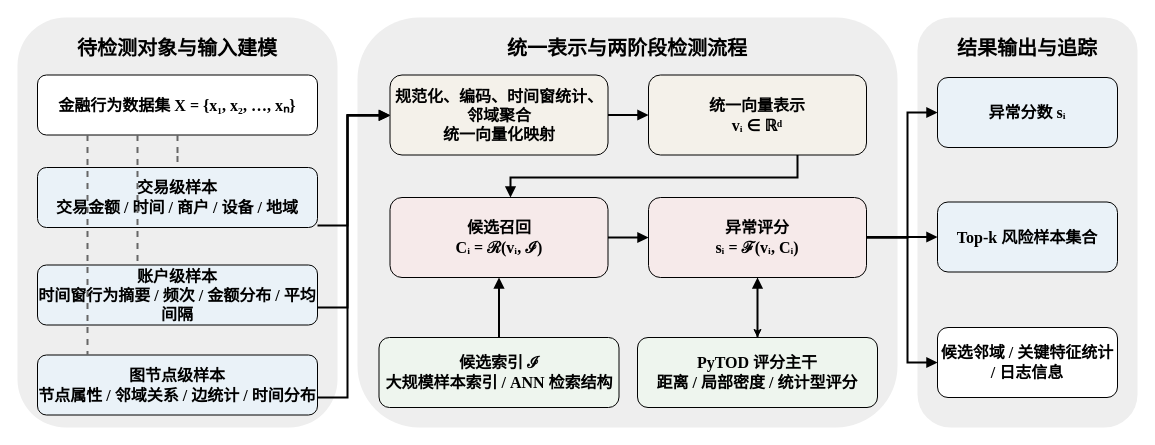
Earlier version of the draw.io diagram figures/fig3-1_financial_anomaly_task_model.drawio (HuangEven/latex-template). Source tidied: cells renumbered, new cells numbered last; positions are measured from the earlier drawing's top-left corner, leaving out a move shared by most shapes. Both pictures are drawn from the tidied source at 100%, with x=0, y=0 at pixel (17, 17).
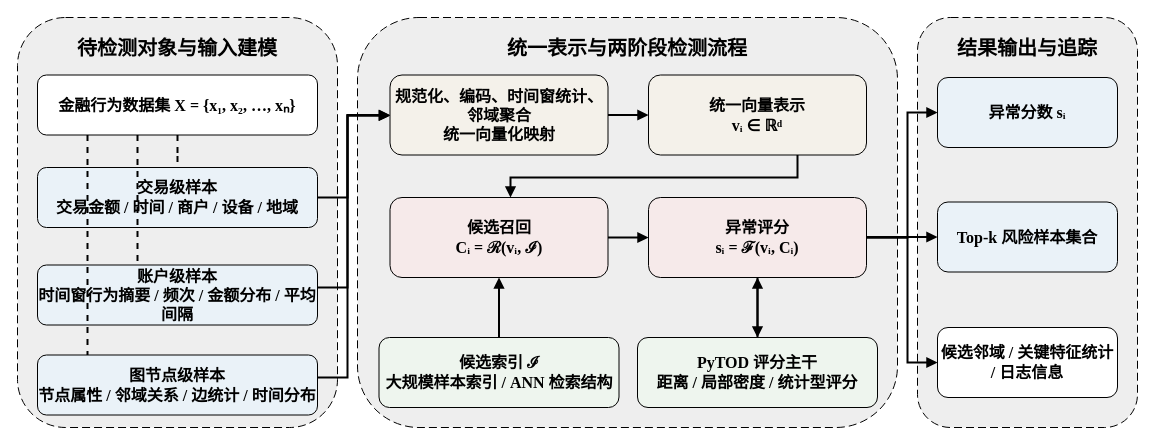
After the change.

The change refers to these unchanged cells:
```xml
<mxCell id="5" value="金融行为数据集 X = {x₁, x₂, …, xₙ}" style="rounded=1;whiteSpace=wrap;html=1;fontSize=16;fontStyle=1;fontFamily=Times New Roman;align=center;verticalAlign=middle;strokeWidth=1;rotation=0;" parent="1" vertex="1">
  <mxGeometry x="20" y="57.5" width="280" height="60" as="geometry" />
</mxCell>
<mxCell id="6" value="交易级样本&lt;br&gt;交易金额 / 时间 / 商户 / 设备 / 地域" style="rounded=1;whiteSpace=wrap;html=1;fontSize=16;fontFamily=Times New Roman;align=center;verticalAlign=middle;strokeWidth=1;fillColor=#EAF2F8;strokeColor=#000000;fontStyle=1;rotation=0;" parent="1" vertex="1">
  <mxGeometry x="20" y="150" width="280" height="60" as="geometry" />
</mxCell>
<mxCell id="7" value="账户级样本&lt;br&gt;时间窗行为摘要 / 频次 / 金额分布 / 平均间隔" style="rounded=1;whiteSpace=wrap;html=1;fontSize=16;fontFamily=Times New Roman;align=center;verticalAlign=middle;strokeWidth=1;fillColor=#EAF2F8;strokeColor=#000000;fontStyle=1;" parent="1" vertex="1">
  <mxGeometry x="20" y="247.5" width="280" height="60" as="geometry" />
</mxCell>
<mxCell id="8" value="图节点级样本&lt;br&gt;节点属性 / 邻域关系 / 边统计 / 时间分布" style="rounded=1;whiteSpace=wrap;html=1;fontSize=16;fontFamily=Times New Roman;align=center;verticalAlign=middle;strokeWidth=1;fillColor=#EAF2F8;strokeColor=#000000;fontStyle=1;rotation=0;" parent="1" vertex="1">
  <mxGeometry x="20" y="337.5" width="280" height="60" as="geometry" />
</mxCell>
<mxCell id="9" value="规范化、编码、时间窗统计、邻域聚合&lt;br&gt;统一向量化映射" style="rounded=1;whiteSpace=wrap;html=1;fontSize=16;fontFamily=Times New Roman;align=center;verticalAlign=middle;strokeWidth=1;fillColor=#F4F1EA;strokeColor=#000000;fontStyle=1;rotation=0;" parent="1" vertex="1">
  <mxGeometry x="372.5" y="57.5" width="218" height="80" as="geometry" />
</mxCell>
<mxCell id="15" value="异常评分&lt;br&gt;sᵢ = ℱ(vᵢ, Cᵢ)" style="rounded=1;whiteSpace=wrap;html=1;fontSize=16;fontFamily=Times New Roman;align=center;verticalAlign=middle;strokeWidth=1;fillColor=#F6EAEA;strokeColor=#000000;fontStyle=1;" parent="1" vertex="1">
  <mxGeometry x="631" y="180" width="218" height="80" as="geometry" />
</mxCell>
<mxCell id="16" value="PyTOD 评分主干&lt;br&gt;距离 / 局部密度 / 统计型评分" style="rounded=1;whiteSpace=wrap;html=1;fontSize=16;fontFamily=Times New Roman;align=center;verticalAlign=middle;strokeWidth=1;fillColor=#EEF5EE;strokeColor=#000000;fontStyle=1;" parent="1" vertex="1">
  <mxGeometry x="620" y="320" width="240" height="70" as="geometry" />
</mxCell>
```

What changed in the source:
```diff
@@
-    <mxCell id="2" value="&lt;font style=&quot;font-size: 20px;&quot;&gt;待检测对象与输入建模&lt;/font&gt;" style="rounded=1;whiteSpace=wrap;html=1;fontSize=16;fontStyle=1;fontFamily=Times New Roman;align=center;verticalAlign=top;spacingTop=12;strokeWidth=2;dashed=1;dashPattern=8 4;fillColor=#eeeeee;strokeColor=none;" parent="1" vertex="1">
+    <mxCell id="2" value="&lt;font style=&quot;font-size: 20px;&quot;&gt;待检测对象与输入建模&lt;/font&gt;" style="rounded=1;whiteSpace=wrap;html=1;fontSize=16;fontStyle=1;fontFamily=Times New Roman;align=center;verticalAlign=top;spacingTop=12;strokeWidth=1;dashed=1;dashPattern=8 4;fillColor=#eeeeee;strokeColor=default;" parent="1" vertex="1">
       <mxGeometry width="320" height="410" as="geometry" />
     </mxCell>
-    <mxCell id="3" value="&lt;font style=&quot;font-size: 20px;&quot;&gt;统一表示与两阶段检测流程&lt;/font&gt;" style="rounded=1;whiteSpace=wrap;html=1;fontSize=16;fontStyle=1;fontFamily=Times New Roman;align=center;verticalAlign=top;spacingTop=12;strokeWidth=2;dashed=1;dashPattern=8 4;fillColor=#eeeeee;strokeColor=none;" parent="1" vertex="1">
+    <mxCell id="3" value="&lt;font style=&quot;font-size: 20px;&quot;&gt;统一表示与两阶段检测流程&lt;/font&gt;" style="rounded=1;whiteSpace=wrap;html=1;fontSize=16;fontStyle=1;fontFamily=Times New Roman;align=center;verticalAlign=top;spacingTop=12;strokeWidth=1;dashed=1;dashPattern=8 4;fillColor=#eeeeee;strokeColor=default;" parent="1" vertex="1">
       <mxGeometry x="340" width="540" height="410" as="geometry" />
     </mxCell>
-    <mxCell id="4" value="&lt;font style=&quot;font-size: 20px;&quot;&gt;结果输出与追踪&lt;/font&gt;" style="rounded=1;whiteSpace=wrap;html=1;fontSize=16;fontStyle=1;fontFamily=Times New Roman;align=center;verticalAlign=top;spacingTop=12;strokeWidth=2;dashed=1;dashPattern=8 4;fillColor=#eeeeee;strokeColor=none;" parent="1" vertex="1">
+    <mxCell id="4" value="&lt;font style=&quot;font-size: 20px;&quot;&gt;结果输出与追踪&lt;/font&gt;" style="rounded=1;whiteSpace=wrap;html=1;fontSize=16;fontStyle=1;fontFamily=Times New Roman;align=center;verticalAlign=top;spacingTop=12;strokeWidth=1;dashed=1;dashPattern=8 4;fillColor=#eeeeee;strokeColor=default;" parent="1" vertex="1">
       <mxGeometry x="900" width="220" height="410" as="geometry" />
     </mxCell>
@@
-    <mxCell id="14" style="edgeStyle=orthogonalEdgeStyle;rounded=0;jettySize=auto;html=1;fontSize=16;fontFamily=Times New Roman;" parent="1" edge="1" source="15" target="16">
+    <mxCell id="14" style="edgeStyle=orthogonalEdgeStyle;rounded=0;jettySize=auto;html=1;fontSize=16;fontFamily=Times New Roman;endArrow=block;endFill=1;strokeWidth=2;" parent="1" edge="1" source="15" target="16">
       <mxGeometry relative="1" as="geometry" />
     </mxCell>
@@
-    <mxCell id="20" style="edgeStyle=orthogonalEdgeStyle;rounded=0;jettySize=auto;html=1;endArrow=none;strokeWidth=2;strokeColor=#666666;dashed=1;fontSize=16;fontFamily=Times New Roman;" parent="1" edge="1" source="5" target="6">
+    <mxCell id="20" style="edgeStyle=orthogonalEdgeStyle;rounded=0;jettySize=auto;html=1;endArrow=none;strokeWidth=2;strokeColor=#000000;dashed=1;fontSize=16;fontFamily=Times New Roman;" parent="1" edge="1" source="5" target="6">
       <mxGeometry relative="1" as="geometry" />
     </mxCell>
-    <mxCell id="21" style="edgeStyle=orthogonalEdgeStyle;rounded=0;jettySize=auto;html=1;endArrow=none;strokeWidth=2;strokeColor=#666666;dashed=1;fontSize=16;fontFamily=Times New Roman;" parent="1" edge="1" source="5" target="7">
+    <mxCell id="21" style="edgeStyle=orthogonalEdgeStyle;rounded=0;jettySize=auto;html=1;endArrow=none;strokeWidth=2;strokeColor=#000000;dashed=1;fontSize=16;fontFamily=Times New Roman;" parent="1" edge="1" source="5" target="7">
       <mxGeometry relative="1" as="geometry">
         <Array as="points">
           <mxPoint x="120" y="192.5" />
           <mxPoint x="120" y="192.5" />
         </Array>
       </mxGeometry>
     </mxCell>
-    <mxCell id="22" style="edgeStyle=orthogonalEdgeStyle;rounded=0;jettySize=auto;html=1;endArrow=none;strokeWidth=2;strokeColor=#666666;dashed=1;fontSize=16;fontFamily=Times New Roman;" parent="1" edge="1" source="5" target="8">
+    <mxCell id="22" style="edgeStyle=orthogonalEdgeStyle;rounded=0;jettySize=auto;html=1;endArrow=none;strokeWidth=2;strokeColor=#000000;dashed=1;fontSize=16;fontFamily=Times New Roman;" parent="1" edge="1" source="5" target="8">
       <mxGeometry relative="1" as="geometry">
         <Array as="points">
           <mxPoint x="70" y="252.5" />
           <mxPoint x="70" y="252.5" />
         </Array>
       </mxGeometry>
     </mxCell>
     <mxCell id="23" style="edgeStyle=orthogonalEdgeStyle;rounded=0;jettySize=auto;html=1;endArrow=block;endFill=1;strokeWidth=2;strokeColor=#000000;fontSize=16;fontFamily=Times New Roman;" parent="1" edge="1" source="6" target="9">
       <mxGeometry relative="1" as="geometry">
         <Array as="points">
-          <mxPoint x="330" y="208" />
+          <mxPoint x="330" y="180" />
           <mxPoint x="330" y="98" />
         </Array>
       </mxGeometry>
     </mxCell>
@@
     <mxCell id="27" style="edgeStyle=orthogonalEdgeStyle;rounded=0;jettySize=auto;html=1;endArrow=block;endFill=1;strokeWidth=2;strokeColor=#000000;fontSize=16;fontFamily=Times New Roman;" parent="1" edge="1" source="16" target="15">
-      <mxGeometry relative="1" as="geometry" />
+      <mxGeometry relative="1" as="geometry">
+        <Array as="points">
+          <mxPoint x="740" y="290" />
+          <mxPoint x="740" y="290" />
+        </Array>
+      </mxGeometry>
     </mxCell>
@@
     <mxCell id="31" style="edgeStyle=orthogonalEdgeStyle;rounded=0;jettySize=auto;html=1;endArrow=block;endFill=1;strokeWidth=2;strokeColor=#000000;fontSize=16;fontFamily=Times New Roman;" parent="1" edge="1" source="8" target="9">
       <mxGeometry relative="1" as="geometry">
         <Array as="points">
-          <mxPoint x="330" y="380" />
+          <mxPoint x="330" y="360" />
           <mxPoint x="330" y="98" />
         </Array>
       </mxGeometry>
     </mxCell>
     <mxCell id="32" style="edgeStyle=orthogonalEdgeStyle;rounded=0;jettySize=auto;html=1;endArrow=block;endFill=1;strokeWidth=2;strokeColor=#000000;fontSize=16;fontFamily=Times New Roman;entryX=0;entryY=0.5;entryDx=0;entryDy=0;" parent="1" edge="1" target="9">
       <mxGeometry relative="1" as="geometry">
-        <mxPoint x="300" y="290" as="sourcePoint" />
+        <mxPoint x="300" y="270" as="sourcePoint" />
         <Array as="points">
-          <mxPoint x="330" y="290" />
+          <mxPoint x="330" y="270" />
           <mxPoint x="330" y="98" />
         </Array>
       </mxGeometry>
     </mxCell>
```
